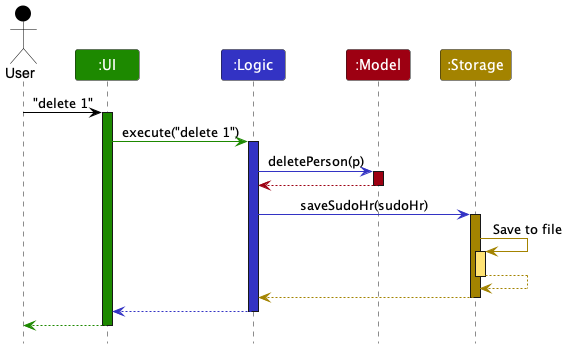
The PlantUML diagram docs/images/ArchitectureSequenceDiagram.png in nus-cs2103-AY2223S2/tp, before a commit.
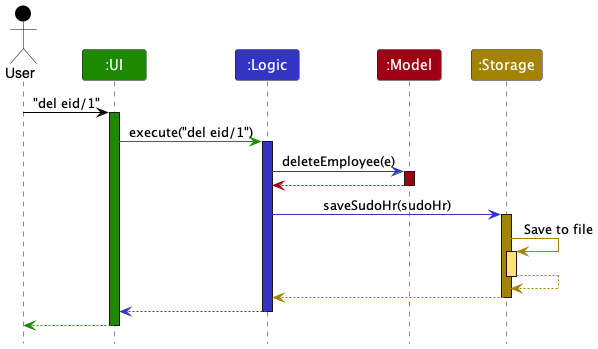
Later version of the same file.

What changed in the source:
```diff
@@ -7,13 +7,13 @@
 Participant ":Model" as model MODEL_COLOR
 Participant ":Storage" as storage STORAGE_COLOR
 
-user -[USER_COLOR]> ui : "delete 1"
+user -[USER_COLOR]> ui : "del eid/1"
 activate ui UI_COLOR
 
-ui -[UI_COLOR]> logic : execute("delete 1")
+ui -[UI_COLOR]> logic : execute("del eid/1")
 activate logic LOGIC_COLOR
 
-logic -[LOGIC_COLOR]> model : deletePerson(p)
+logic -[LOGIC_COLOR]> model : deleteEmployee(e)
 activate model MODEL_COLOR
 
 model -[MODEL_COLOR]-> logic
```
